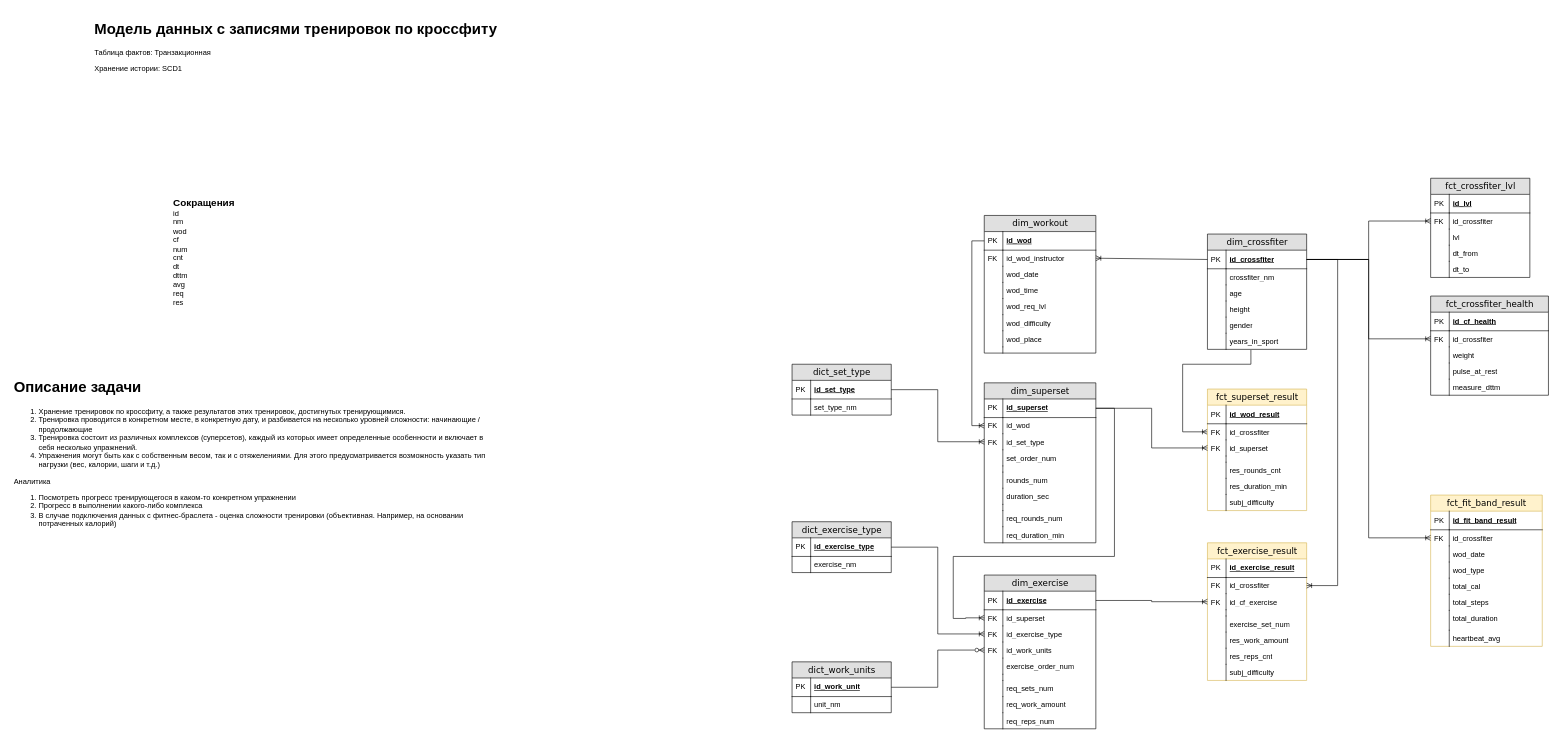
The draw.io diagram page "dimensional_modeling" (1 of 4) of db_arch/db_schema.drawio in ouriso/crossfit_activity, before the edit. Source tidied: cells renumbered, new cells numbered last; positions are measured from the earlier drawing's top-left corner, leaving out a move shared by most shapes. Both pictures are drawn from the tidied source at 62%, with x=0, y=0 at pixel (11, 17).
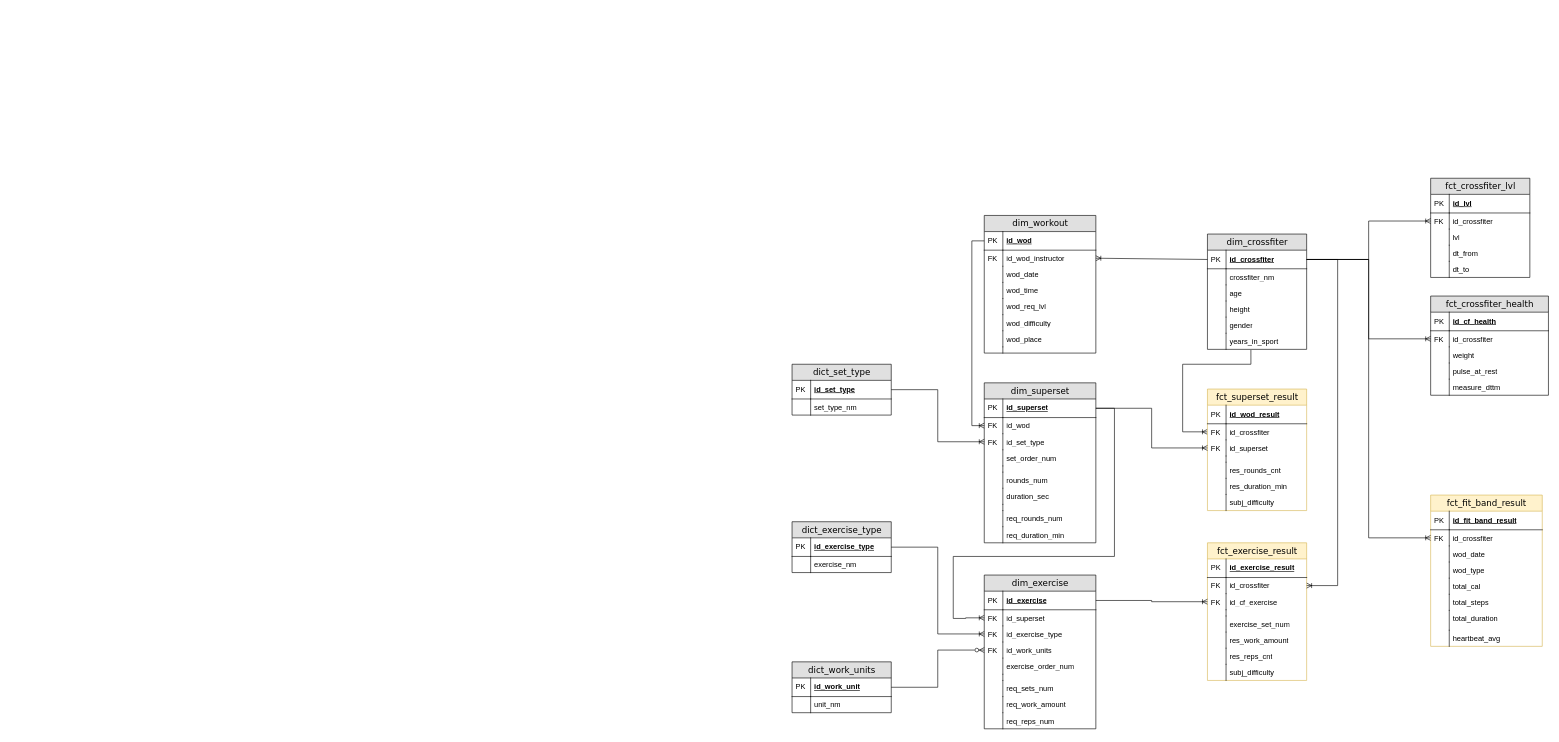
The same diagram, later.

Change to the diagram source:
```diff
@@
-    <mxCell id="19" value="&lt;h1&gt;Модель данных с записями тренировок по кроссфиту&amp;nbsp;&lt;/h1&gt;&lt;p&gt;Таблица фактов: Транзакционная&lt;/p&gt;&lt;p&gt;Хранение истории: SCD1&lt;/p&gt;" style="text;html=1;strokeColor=none;fillColor=none;spacing=5;spacingTop=-20;whiteSpace=wrap;overflow=hidden;rounded=0;" parent="1" vertex="1">
-      <mxGeometry x="130" width="700" height="120" as="geometry" />
-    </mxCell>
@@
-    <mxCell id="154" value="&lt;div style=&quot;text-align: center;&quot;&gt;&lt;span style=&quot;background-color: initial;&quot;&gt;&lt;font style=&quot;font-size: 16px;&quot;&gt;&lt;b&gt;Сокращения&lt;/b&gt;&lt;/font&gt;&lt;/span&gt;&lt;/div&gt;id&lt;br&gt;nm&lt;br&gt;wod&lt;br&gt;cf&lt;br&gt;num&lt;br&gt;cnt&lt;br&gt;dt&lt;br&gt;dttm&lt;br&gt;avg&lt;br&gt;req&lt;br&gt;res" style="text;html=1;strokeColor=none;fillColor=none;align=left;verticalAlign=middle;whiteSpace=wrap;rounded=0;" parent="1" vertex="1">
-      <mxGeometry x="260" y="280" width="260" height="197" as="geometry" />
-    </mxCell>
@@
-    <mxCell id="173" value="&lt;h1&gt;Описание задачи&lt;/h1&gt;&lt;p&gt;&lt;/p&gt;&lt;ol&gt;&lt;li&gt;Хранение тренировок по кроссфиту, а также результатов этих тренировок, достигнутых тренирующимися.&lt;/li&gt;&lt;li&gt;Тренировка проводится в конкретном месте, в конкретную дату, и разбивается на несколько уровней сложности: начинающие / продолжающие&lt;/li&gt;&lt;li&gt;Тренировка состоит из различных комплексов (суперсетов), каждый из которых имеет определенные особенности и включает в себя несколько упражнений.&lt;/li&gt;&lt;li&gt;Упражнения могут быть как с собственным весом, так и с отяжелениями. Для этого предусматривается возможность указать тип нагрузки (вес, калории, шаги и т.д.)&lt;/li&gt;&lt;/ol&gt;&lt;div&gt;Аналитика&lt;/div&gt;&lt;div&gt;&lt;ol&gt;&lt;li&gt;Посмотреть прогресс тренирующегося в каком-то конкретном упражнении&lt;/li&gt;&lt;li&gt;Прогресс в выполнении какого-либо комплекса&lt;/li&gt;&lt;li&gt;В случае подключения данных с фитнес-браслета - оценка сложности тренировки (объективная. Например, на основании потраченных калорий)&lt;/li&gt;&lt;/ol&gt;&lt;/div&gt;&lt;p&gt;&lt;/p&gt;" style="text;html=1;strokeColor=none;fillColor=none;spacing=5;spacingTop=-20;whiteSpace=wrap;overflow=hidden;rounded=0;" parent="1" vertex="1">
-      <mxGeometry y="578" width="770" height="462" as="geometry" />
-    </mxCell>
```
